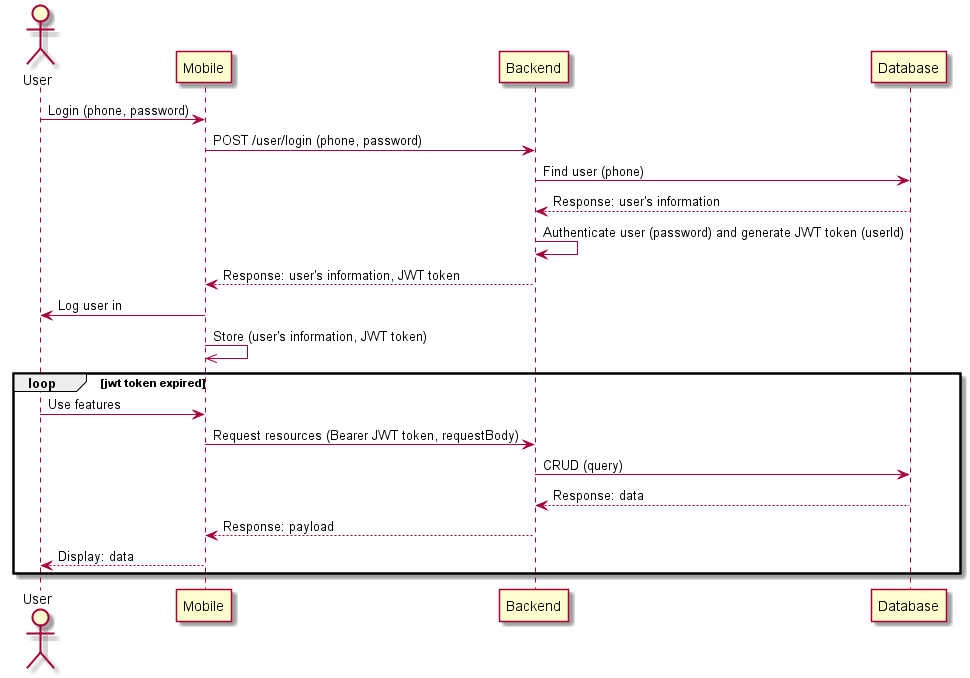
Above: out/diagrams/loginSequenceDiagram/loginSequenceDiagram.png in miketuannguyen/PizzaApp-PYCO (PlantUML), before the change.
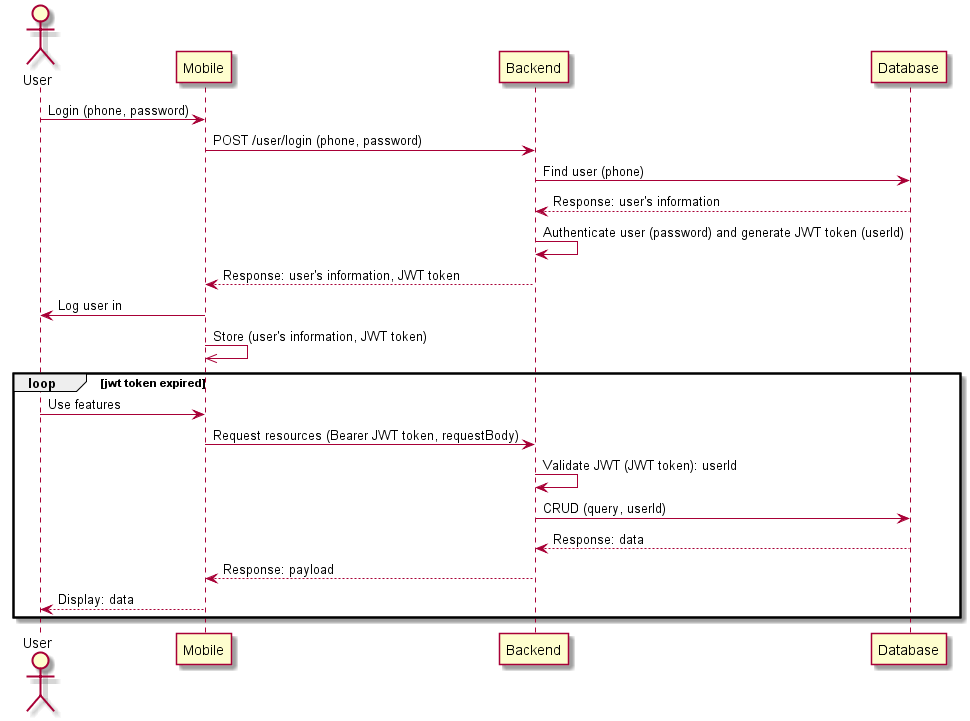
After the commit.

Commit message:
fix login seq diagram

The edit, as a diff of the source:
```diff
@@ -11,7 +11,8 @@
 loop jwt token expired
   User -> Mobile: Use features
   Mobile -> Backend: Request resources (Bearer JWT token, requestBody)
-  Backend -> Database: CRUD (query)
+  Backend -> Backend: Validate JWT (JWT token): userId
+  Backend -> Database: CRUD (query, userId)
   Database --> Backend: Response: data
   Backend --> Mobile: Response: payload
   Mobile --> User: Display: data
```
